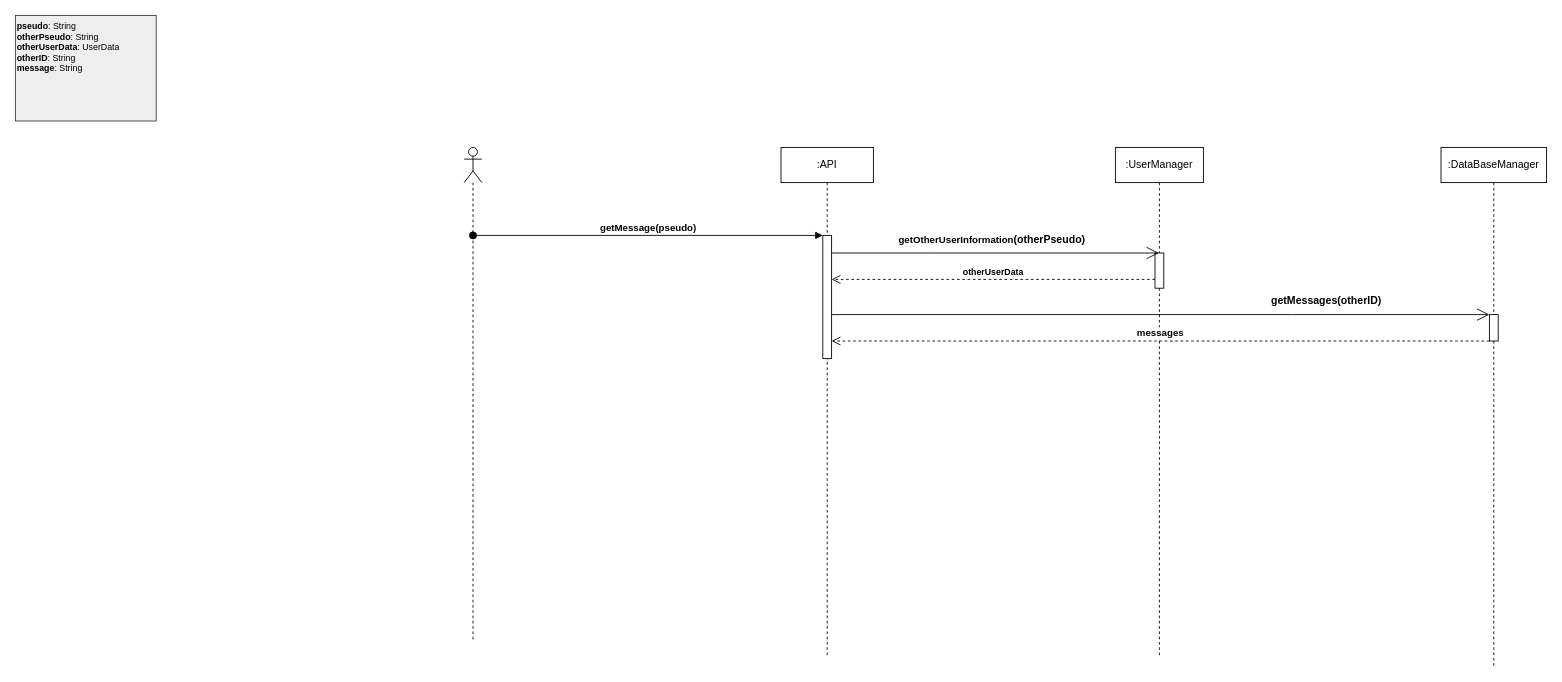
Earlier version of the draw.io diagram page "SequenceReadMessages" (8 of 11) of Conception/Diagram/ClavarChat.drawio (TrigoPI/ProjetJava). Source tidied: cells renumbered, new cells numbered last; positions are measured from the earlier drawing's top-left corner, leaving out a move shared by most shapes. Both pictures are drawn from the tidied source at 88%, with x=0, y=0 at pixel (15, 15).
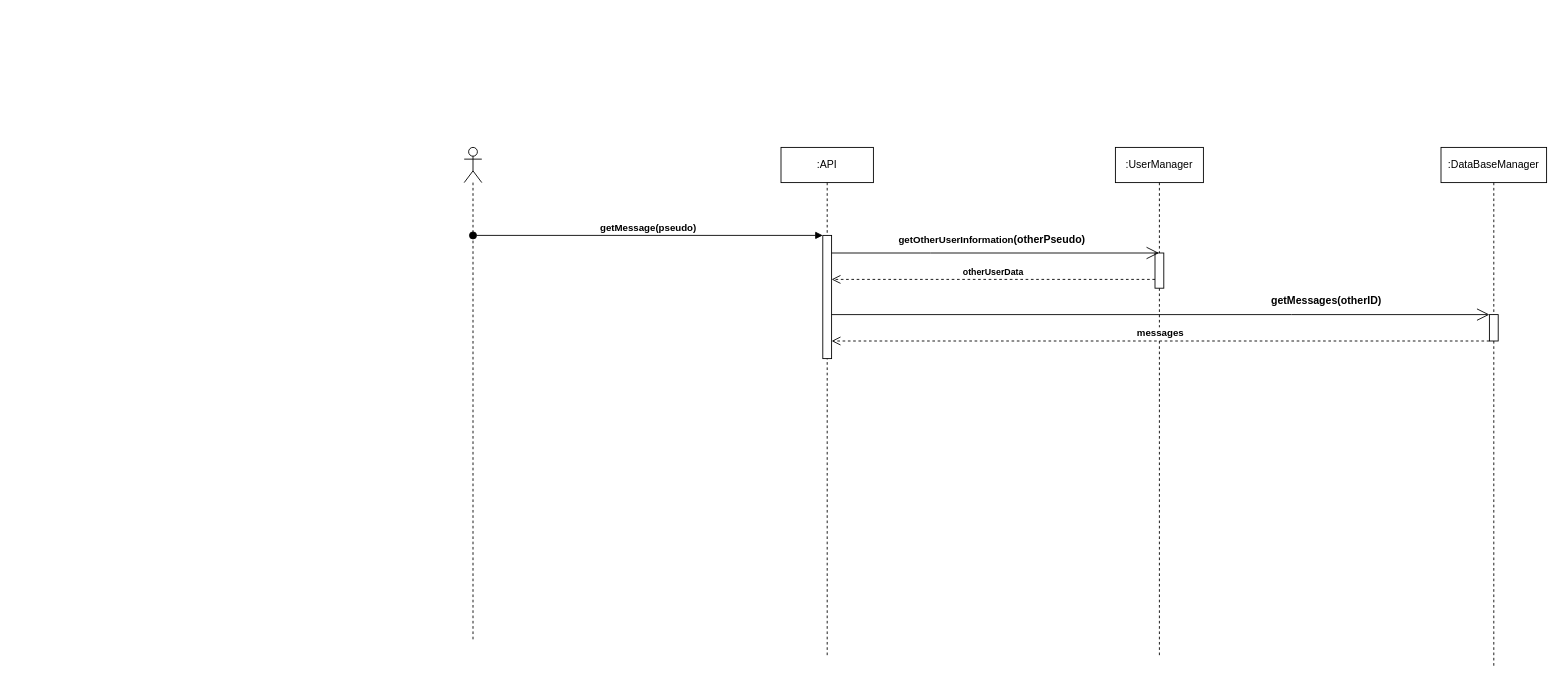
After the change.

What changed in the source:
```diff
@@
-    <mxCell id="11" style="rounded=0;whiteSpace=wrap;html=1;fontSize=10;fillColor=#eeeeee;strokeColor=#36393d;" parent="1" vertex="1">
-      <mxGeometry width="160" height="120" as="geometry" />
-    </mxCell>
-    <mxCell id="12" value="&lt;font color=&quot;#000000&quot;&gt;&lt;b&gt;pseudo&lt;/b&gt;: String&amp;nbsp;&lt;br&gt;&lt;b&gt;otherPseudo&lt;/b&gt;: String&lt;br&gt;&lt;b&gt;otherUserData&lt;/b&gt;: UserData&lt;br&gt;&lt;b&gt;otherID&lt;/b&gt;: String&lt;br&gt;&lt;b&gt;message&lt;/b&gt;: String&amp;nbsp;&lt;br&gt;&lt;/font&gt;" style="text;html=1;strokeColor=none;fillColor=none;align=left;verticalAlign=top;whiteSpace=wrap;rounded=0;fontSize=10;fontColor=#FF0000;" parent="1" vertex="1">
-      <mxGeometry width="160" height="120" as="geometry" />
-    </mxCell>
```
